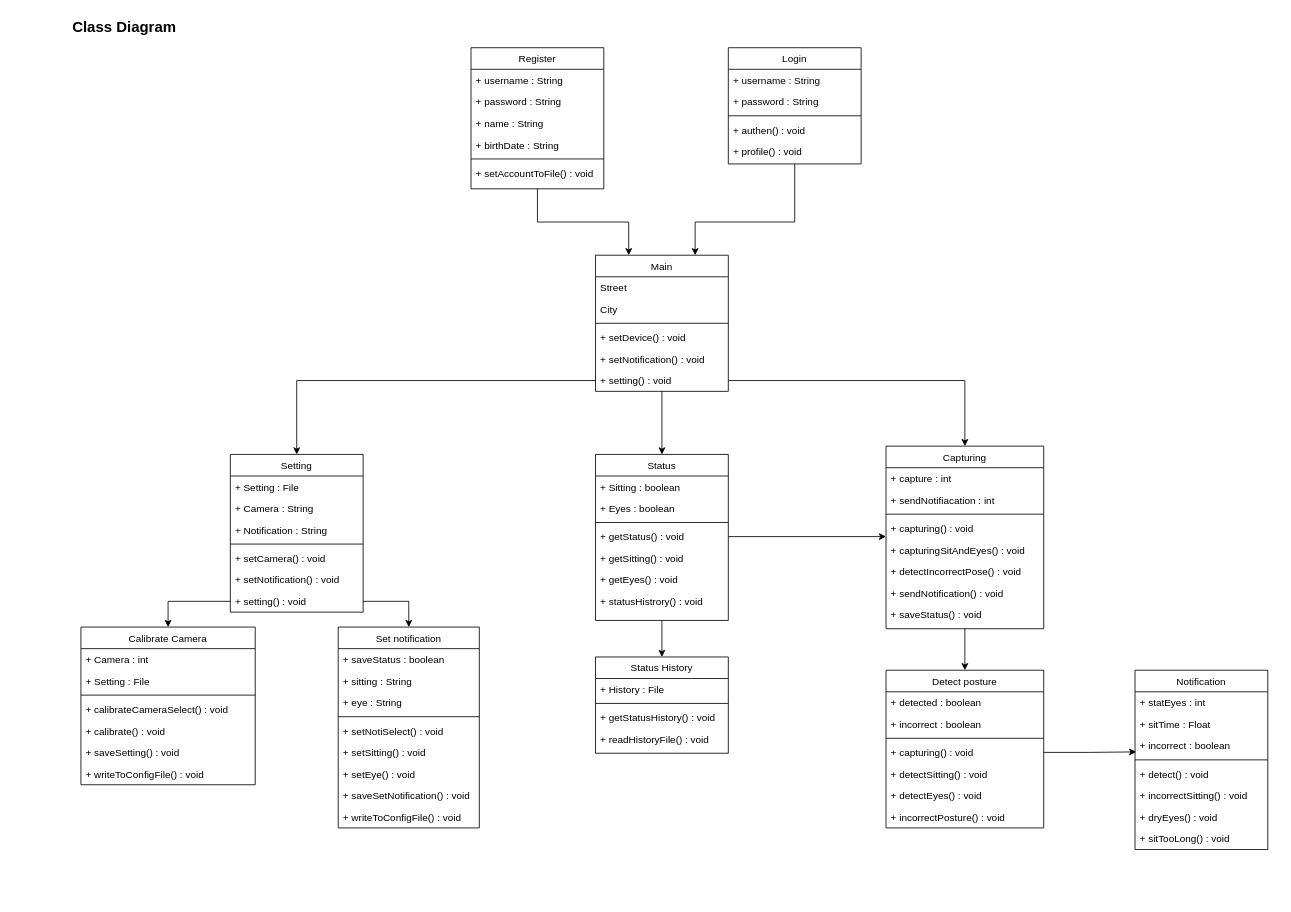
Above: Design/Class_Diagram.drawio in astrrr/Right-posture (draw.io), before the change. Source tidied: cells renumbered, new cells numbered last; positions are measured from the earlier drawing's top-left corner, leaving out a move shared by most shapes. Both pictures are drawn from the tidied source at 83%, with x=0, y=0 at pixel (14, 14).
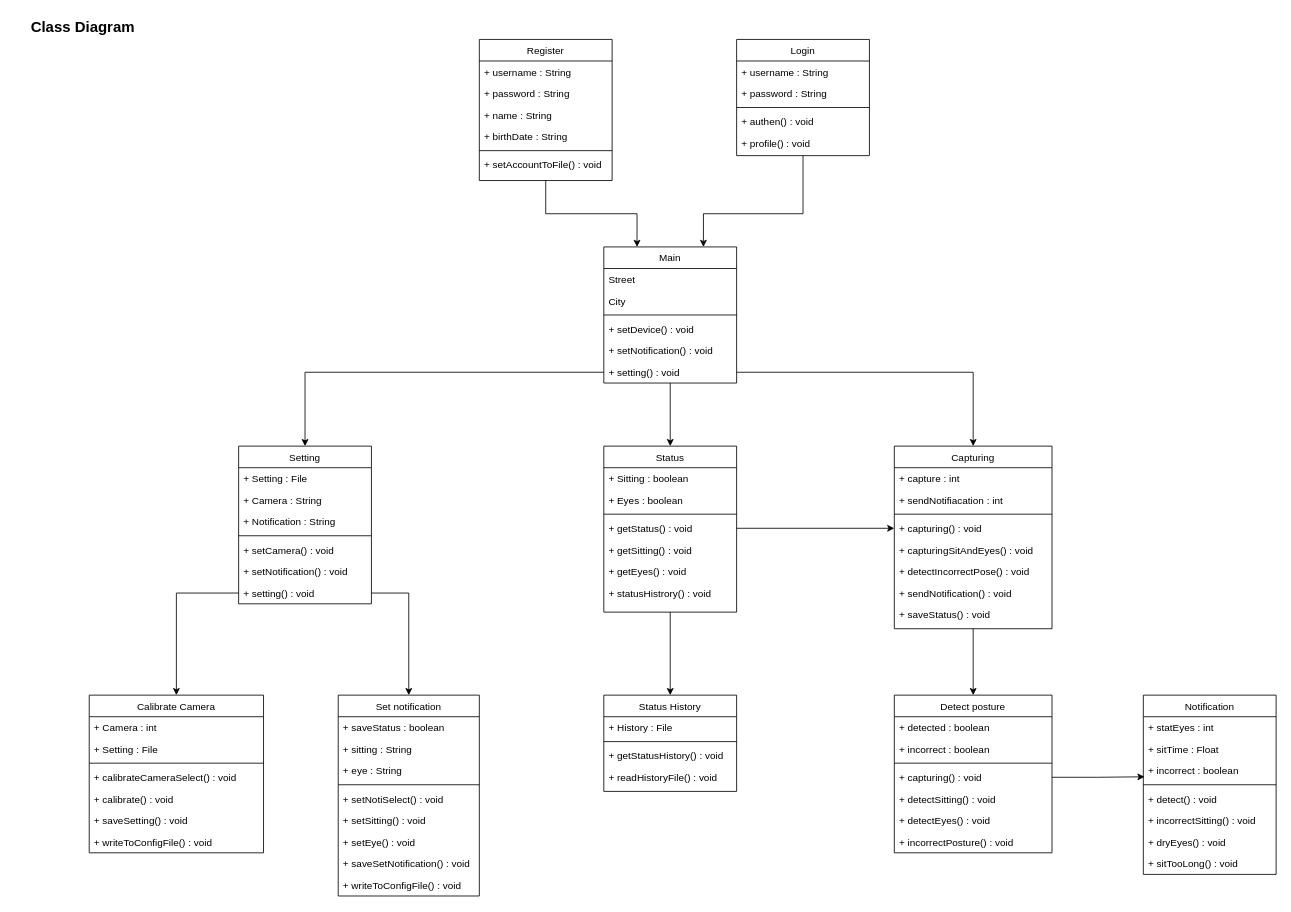
The same diagram, later.

The change refers to these unchanged cells:
```xml
<mxCell id="30" value="+ getStatus() : void" style="text;align=left;verticalAlign=top;spacingLeft=4;spacingRight=4;overflow=hidden;points=[[0,0.5],[1,0.5]];portConstraint=eastwest;" parent="26" vertex="1">
  <mxGeometry y="86" width="160" height="26" as="geometry" />
</mxCell>
<mxCell id="62" value="+ capturing() : void" style="text;align=left;verticalAlign=top;spacingLeft=4;spacingRight=4;overflow=hidden;points=[[0,0.5],[1,0.5]];portConstraint=eastwest;" parent="58" vertex="1">
  <mxGeometry y="86" width="190" height="26" as="geometry" />
</mxCell>
```

Change to the diagram source:
```diff
@@
     <mxCell id="3" value="Register" style="swimlane;fontStyle=0;align=center;verticalAlign=top;horizontal=1;startSize=26;rounded=0;shadow=0;strokeWidth=1;" parent="1" vertex="1">
-      <mxGeometry x="550" y="40" width="160" height="170" as="geometry" />
+      <mxGeometry x="560" y="30" width="160" height="170" as="geometry" />
     </mxCell>
@@
     <mxCell id="10" style="edgeStyle=orthogonalEdgeStyle;rounded=0;jettySize=auto;html=1;entryX=0.75;entryY=0;entryDx=0;entryDy=0;" parent="1" edge="1" source="11" target="85">
       <mxGeometry relative="1" as="geometry">
         <Array as="points">
-          <mxPoint x="940" y="250" />
-          <mxPoint x="820" y="250" />
+          <mxPoint x="950" y="240" />
+          <mxPoint x="830" y="240" />
         </Array>
       </mxGeometry>
     </mxCell>
     <mxCell id="11" value="Login" style="swimlane;fontStyle=0;align=center;verticalAlign=top;horizontal=1;startSize=26;rounded=0;shadow=0;strokeWidth=1;" parent="1" vertex="1">
-      <mxGeometry x="860" y="40" width="160" height="140" as="geometry" />
+      <mxGeometry x="870" y="30" width="160" height="140" as="geometry" />
     </mxCell>
@@
     <mxCell id="17" value="Setting" style="swimlane;fontStyle=0;align=center;verticalAlign=top;horizontal=1;startSize=26;rounded=0;shadow=0;strokeWidth=1;" parent="1" vertex="1">
-      <mxGeometry x="260" y="530" width="160" height="190" as="geometry" />
+      <mxGeometry x="270" y="520" width="160" height="190" as="geometry" />
     </mxCell>
@@
     <mxCell id="26" value="Status" style="swimlane;fontStyle=0;align=center;verticalAlign=top;horizontal=1;startSize=26;rounded=0;shadow=0;strokeWidth=1;" parent="1" vertex="1">
-      <mxGeometry x="700" y="530" width="160" height="200" as="geometry" />
+      <mxGeometry x="710" y="520" width="160" height="200" as="geometry" />
     </mxCell>
@@
     <mxCell id="34" value="Calibrate Camera" style="swimlane;fontStyle=0;align=center;verticalAlign=top;horizontal=1;startSize=26;rounded=0;shadow=0;strokeWidth=1;" parent="1" vertex="1">
-      <mxGeometry x="80" y="738" width="210" height="190" as="geometry" />
+      <mxGeometry x="90" y="820" width="210" height="190" as="geometry" />
     </mxCell>
@@
     <mxCell id="42" value="Set notification" style="swimlane;fontStyle=0;align=center;verticalAlign=top;horizontal=1;startSize=26;rounded=0;shadow=0;strokeWidth=1;" parent="1" vertex="1">
-      <mxGeometry x="390" y="738" width="170" height="242" as="geometry" />
+      <mxGeometry x="390" y="820" width="170" height="242" as="geometry" />
     </mxCell>
@@
     <mxCell id="52" value="Status History" style="swimlane;fontStyle=0;align=center;verticalAlign=top;horizontal=1;startSize=26;rounded=0;shadow=0;strokeWidth=1;" parent="1" vertex="1">
-      <mxGeometry x="700" y="774" width="160" height="116" as="geometry" />
+      <mxGeometry x="710" y="820" width="160" height="116" as="geometry" />
     </mxCell>
@@
     <mxCell id="58" value="Capturing" style="swimlane;fontStyle=0;align=center;verticalAlign=top;horizontal=1;startSize=26;rounded=0;shadow=0;strokeWidth=1;" parent="1" vertex="1">
-      <mxGeometry x="1050" y="520" width="190" height="220" as="geometry" />
+      <mxGeometry x="1060" y="520" width="190" height="220" as="geometry" />
     </mxCell>
@@
     <mxCell id="67" value="Detect posture" style="swimlane;fontStyle=0;align=center;verticalAlign=top;horizontal=1;startSize=26;rounded=0;shadow=0;strokeWidth=1;" parent="1" vertex="1">
-      <mxGeometry x="1050" y="790" width="190" height="190" as="geometry" />
+      <mxGeometry x="1060" y="820" width="190" height="190" as="geometry" />
     </mxCell>
@@
     <mxCell id="75" value="Notification" style="swimlane;fontStyle=0;align=center;verticalAlign=top;horizontal=1;startSize=26;rounded=0;shadow=0;strokeWidth=1;" parent="1" vertex="1">
-      <mxGeometry x="1350" y="790" width="160" height="216" as="geometry" />
+      <mxGeometry x="1360" y="820" width="160" height="216" as="geometry" />
     </mxCell>
@@
     <mxCell id="85" value="Main" style="swimlane;fontStyle=0;align=center;verticalAlign=top;horizontal=1;startSize=26;rounded=0;shadow=0;strokeWidth=1;" parent="1" vertex="1">
-      <mxGeometry x="700" y="290" width="160" height="164" as="geometry" />
+      <mxGeometry x="710" y="280" width="160" height="164" as="geometry" />
     </mxCell>
@@
-    <mxCell id="97" style="edgeStyle=orthogonalEdgeStyle;rounded=0;jettySize=auto;html=1;exitX=1;exitY=0.5;exitDx=0;exitDy=0;entryX=0;entryY=0.885;entryDx=0;entryDy=0;entryPerimeter=0;" parent="1" edge="1" source="30" target="62">
+    <mxCell id="97" style="edgeStyle=orthogonalEdgeStyle;rounded=0;jettySize=auto;html=1;exitX=1;exitY=0.5;exitDx=0;exitDy=0;entryX=0;entryY=0.5;entryDx=0;entryDy=0;" parent="1" edge="1" source="30" target="62">
       <mxGeometry relative="1" as="geometry" />
     </mxCell>
     <mxCell id="98" value="Class Diagram&amp;nbsp;" style="text;html=1;strokeColor=none;fillColor=none;align=center;verticalAlign=middle;whiteSpace=wrap;rounded=0;fontSize=18;fontStyle=1;" parent="1" vertex="1">
-      <mxGeometry width="270" height="30" as="geometry" />
+      <mxGeometry width="170" height="30" as="geometry" />
     </mxCell>
```
